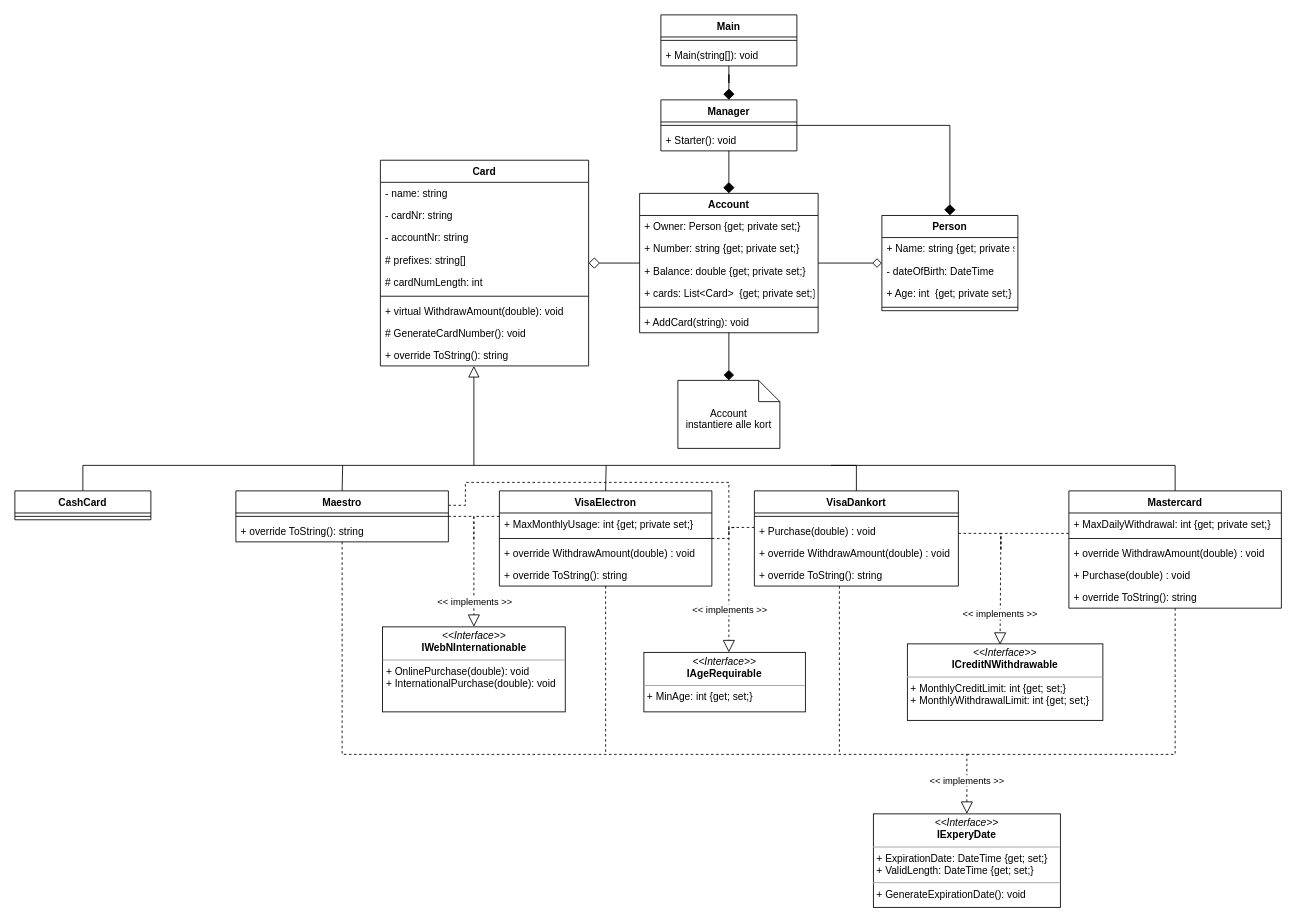
Before: ConsoleApp_MyBanker/documentation/MyBankerDiagram.drawio in Kevin-Borup/SOLID, a draw.io diagram. Source tidied: cells renumbered, new cells numbered last; positions are measured from the earlier drawing's top-left corner, leaving out a move shared by most shapes. Both pictures are drawn from the tidied source at 85%, with x=0, y=0 at pixel (14, 14).
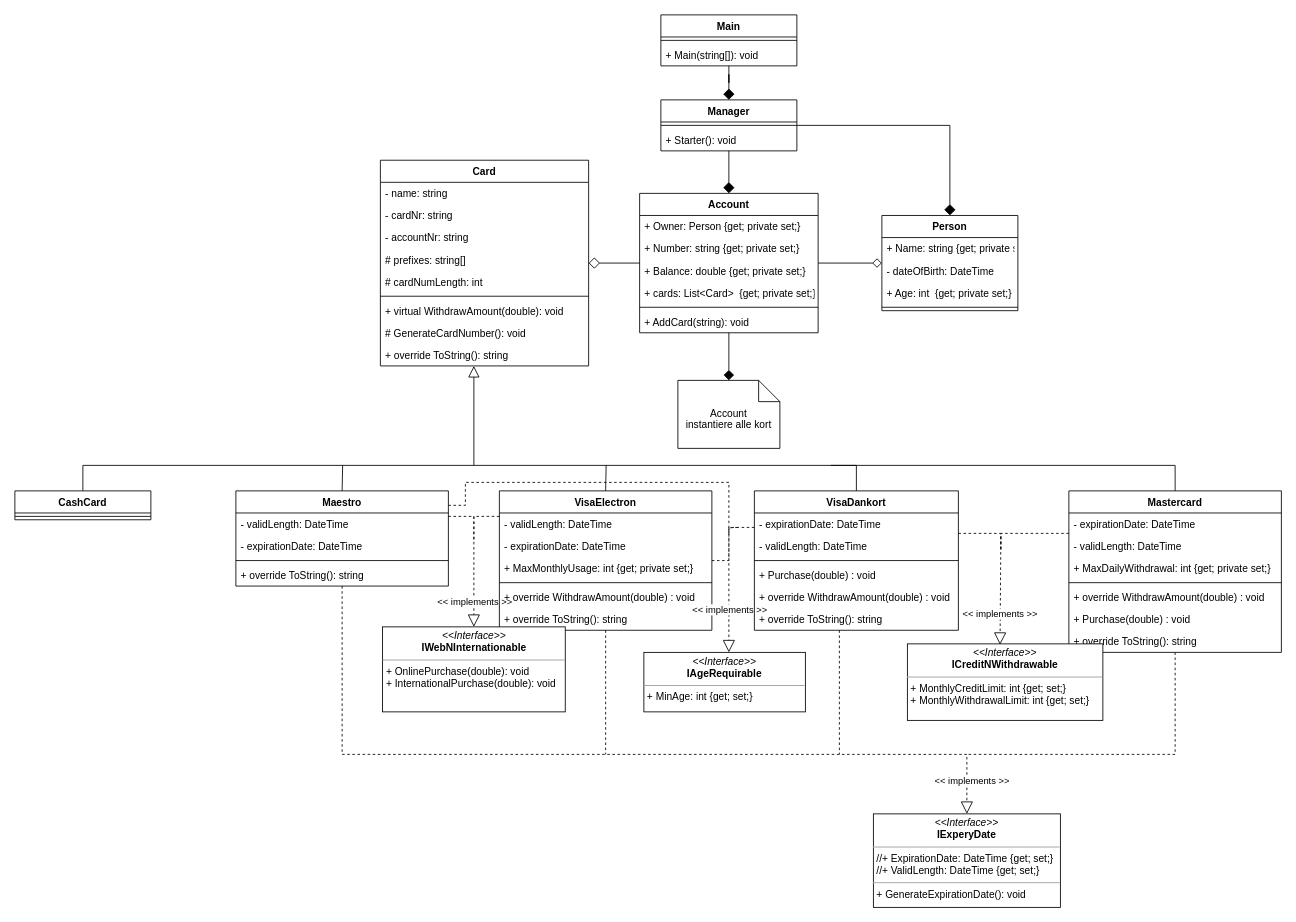
Above is the later version.

What changed in the source:
```diff
@@
     <mxCell id="10" value="Maestro" style="swimlane;fontStyle=1;align=center;verticalAlign=top;horizontal=1;startSize=26;" parent="1" vertex="1">
-      <mxGeometry x="260" y="560" width="250" height="60" as="geometry" />
+      <mxGeometry x="260" y="560" width="250" height="112" as="geometry" />
     </mxCell>
+    <mxCell id="82" value="- validLength: DateTime" style="text;strokeColor=none;fillColor=none;align=left;verticalAlign=top;spacingLeft=4;spacingRight=4;overflow=hidden;" parent="10" vertex="1">
+      <mxGeometry y="26" width="250" height="26" as="geometry" />
+    </mxCell>
+    <mxCell id="83" value="- expirationDate: DateTime" style="text;strokeColor=none;fillColor=none;align=left;verticalAlign=top;spacingLeft=4;spacingRight=4;overflow=hidden;" parent="10" vertex="1">
+      <mxGeometry y="52" width="250" height="26" as="geometry" />
+    </mxCell>
     <mxCell id="11" style="line;strokeWidth=1;fillColor=none;align=left;verticalAlign=middle;spacingTop=-1;spacingLeft=3;spacingRight=3;labelPosition=right;" parent="10" vertex="1">
-      <mxGeometry y="26" width="250" height="8" as="geometry" />
+      <mxGeometry y="78" width="250" height="8" as="geometry" />
     </mxCell>
     <mxCell id="12" value="+ override ToString(): string" style="text;strokeColor=none;fillColor=none;align=left;verticalAlign=top;spacingLeft=4;spacingRight=4;overflow=hidden;" parent="10" vertex="1">
-      <mxGeometry y="34" width="250" height="26" as="geometry" />
+      <mxGeometry y="86" width="250" height="26" as="geometry" />
     </mxCell>
@@
     <mxCell id="18" value="VisaElectron" style="swimlane;fontStyle=1;align=center;verticalAlign=top;horizontal=1;startSize=26;" parent="1" vertex="1">
-      <mxGeometry x="570" y="560" width="250" height="112" as="geometry" />
+      <mxGeometry x="570" y="560" width="250" height="164" as="geometry" />
     </mxCell>
+    <mxCell id="84" value="- validLength: DateTime" style="text;strokeColor=none;fillColor=none;align=left;verticalAlign=top;spacingLeft=4;spacingRight=4;overflow=hidden;" parent="18" vertex="1">
+      <mxGeometry y="26" width="250" height="26" as="geometry" />
+    </mxCell>
+    <mxCell id="85" value="- expirationDate: DateTime" style="text;strokeColor=none;fillColor=none;align=left;verticalAlign=top;spacingLeft=4;spacingRight=4;overflow=hidden;" parent="18" vertex="1">
+      <mxGeometry y="52" width="250" height="26" as="geometry" />
+    </mxCell>
     <mxCell id="19" value="+ MaxMonthlyUsage: int {get; private set;}" style="text;strokeColor=none;fillColor=none;align=left;verticalAlign=top;spacingLeft=4;spacingRight=4;overflow=hidden;" parent="18" vertex="1">
-      <mxGeometry y="26" width="250" height="26" as="geometry" />
+      <mxGeometry y="78" width="250" height="26" as="geometry" />
     </mxCell>
     <mxCell id="20" style="line;strokeWidth=1;fillColor=none;align=left;verticalAlign=middle;spacingTop=-1;spacingLeft=3;spacingRight=3;labelPosition=right;" parent="18" vertex="1">
-      <mxGeometry y="52" width="250" height="8" as="geometry" />
+      <mxGeometry y="104" width="250" height="8" as="geometry" />
     </mxCell>
     <mxCell id="21" value="+ override WithdrawAmount(double) : void" style="text;strokeColor=none;fillColor=none;align=left;verticalAlign=top;spacingLeft=4;spacingRight=4;overflow=hidden;" parent="18" vertex="1">
-      <mxGeometry y="60" width="250" height="26" as="geometry" />
+      <mxGeometry y="112" width="250" height="26" as="geometry" />
     </mxCell>
     <mxCell id="22" value="+ override ToString(): string" style="text;strokeColor=none;fillColor=none;align=left;verticalAlign=top;spacingLeft=4;spacingRight=4;overflow=hidden;" parent="18" vertex="1">
-      <mxGeometry y="86" width="250" height="26" as="geometry" />
+      <mxGeometry y="138" width="250" height="26" as="geometry" />
     </mxCell>
@@
     <mxCell id="28" value="VisaDankort" style="swimlane;fontStyle=1;align=center;verticalAlign=top;horizontal=1;startSize=26;" parent="1" vertex="1">
-      <mxGeometry x="870" y="560" width="240" height="112" as="geometry" />
+      <mxGeometry x="870" y="560" width="240" height="164" as="geometry" />
     </mxCell>
+    <mxCell id="86" value="- expirationDate: DateTime" style="text;strokeColor=none;fillColor=none;align=left;verticalAlign=top;spacingLeft=4;spacingRight=4;overflow=hidden;" parent="28" vertex="1">
+      <mxGeometry y="26" width="240" height="26" as="geometry" />
+    </mxCell>
+    <mxCell id="87" value="- validLength: DateTime" style="text;strokeColor=none;fillColor=none;align=left;verticalAlign=top;spacingLeft=4;spacingRight=4;overflow=hidden;" parent="28" vertex="1">
+      <mxGeometry y="52" width="240" height="26" as="geometry" />
+    </mxCell>
     <mxCell id="29" style="line;strokeWidth=1;fillColor=none;align=left;verticalAlign=middle;spacingTop=-1;spacingLeft=3;spacingRight=3;labelPosition=right;" parent="28" vertex="1">
-      <mxGeometry y="26" width="240" height="8" as="geometry" />
+      <mxGeometry y="78" width="240" height="8" as="geometry" />
     </mxCell>
     <mxCell id="30" value="+ Purchase(double) : void" style="text;strokeColor=none;fillColor=none;align=left;verticalAlign=top;spacingLeft=4;spacingRight=4;overflow=hidden;" parent="28" vertex="1">
-      <mxGeometry y="34" width="240" height="26" as="geometry" />
+      <mxGeometry y="86" width="240" height="26" as="geometry" />
     </mxCell>
     <mxCell id="31" value="+ override WithdrawAmount(double) : void" style="text;strokeColor=none;fillColor=none;align=left;verticalAlign=top;spacingLeft=4;spacingRight=4;overflow=hidden;" parent="28" vertex="1">
-      <mxGeometry y="60" width="240" height="26" as="geometry" />
+      <mxGeometry y="112" width="240" height="26" as="geometry" />
     </mxCell>
     <mxCell id="32" value="+ override ToString(): string" style="text;strokeColor=none;fillColor=none;align=left;verticalAlign=top;spacingLeft=4;spacingRight=4;overflow=hidden;" parent="28" vertex="1">
-      <mxGeometry y="86" width="240" height="26" as="geometry" />
+      <mxGeometry y="138" width="240" height="26" as="geometry" />
     </mxCell>
@@
     <mxCell id="37" value="Mastercard" style="swimlane;fontStyle=1;align=center;verticalAlign=top;horizontal=1;startSize=26;" parent="1" vertex="1">
-      <mxGeometry x="1240" y="560" width="250" height="138" as="geometry" />
+      <mxGeometry x="1240" y="560" width="250" height="190" as="geometry" />
     </mxCell>
-    <mxCell id="38" value="+ MaxDailyWithdrawal: int {get; private set;}" style="text;strokeColor=none;fillColor=none;align=left;verticalAlign=top;spacingLeft=4;spacingRight=4;overflow=hidden;" parent="37" vertex="1">
+    <mxCell id="38" value="- expirationDate: DateTime" style="text;strokeColor=none;fillColor=none;align=left;verticalAlign=top;spacingLeft=4;spacingRight=4;overflow=hidden;" parent="37" vertex="1">
       <mxGeometry y="26" width="250" height="26" as="geometry" />
     </mxCell>
+    <mxCell id="88" value="- validLength: DateTime" style="text;strokeColor=none;fillColor=none;align=left;verticalAlign=top;spacingLeft=4;spacingRight=4;overflow=hidden;" parent="37" vertex="1">
+      <mxGeometry y="52" width="250" height="26" as="geometry" />
+    </mxCell>
+    <mxCell id="89" value="+ MaxDailyWithdrawal: int {get; private set;}" style="text;strokeColor=none;fillColor=none;align=left;verticalAlign=top;spacingLeft=4;spacingRight=4;overflow=hidden;" parent="37" vertex="1">
+      <mxGeometry y="78" width="250" height="26" as="geometry" />
+    </mxCell>
     <mxCell id="39" style="line;strokeWidth=1;fillColor=none;align=left;verticalAlign=middle;spacingTop=-1;spacingLeft=3;spacingRight=3;labelPosition=right;" parent="37" vertex="1">
-      <mxGeometry y="52" width="250" height="8" as="geometry" />
+      <mxGeometry y="104" width="250" height="8" as="geometry" />
     </mxCell>
     <mxCell id="40" value="+ override WithdrawAmount(double) : void" style="text;strokeColor=none;fillColor=none;align=left;verticalAlign=top;spacingLeft=4;spacingRight=4;overflow=hidden;" parent="37" vertex="1">
-      <mxGeometry y="60" width="250" height="26" as="geometry" />
+      <mxGeometry y="112" width="250" height="26" as="geometry" />
     </mxCell>
     <mxCell id="41" value="+ Purchase(double) : void" style="text;strokeColor=none;fillColor=none;align=left;verticalAlign=top;spacingLeft=4;spacingRight=4;overflow=hidden;" parent="37" vertex="1">
-      <mxGeometry y="86" width="250" height="26" as="geometry" />
+      <mxGeometry y="138" width="250" height="26" as="geometry" />
     </mxCell>
     <mxCell id="42" value="+ override ToString(): string" style="text;strokeColor=none;fillColor=none;align=left;verticalAlign=top;spacingLeft=4;spacingRight=4;overflow=hidden;" parent="37" vertex="1">
-      <mxGeometry y="112" width="250" height="26" as="geometry" />
+      <mxGeometry y="164" width="250" height="26" as="geometry" />
     </mxCell>
@@
-    <mxCell id="71" value="&lt;p style=&quot;margin: 0px ; margin-top: 4px ; text-align: center&quot;&gt;&lt;i&gt;&amp;lt;&amp;lt;Interface&amp;gt;&amp;gt;&lt;/i&gt;&lt;br&gt;&lt;b&gt;IExperyDate&lt;/b&gt;&lt;/p&gt;&lt;hr size=&quot;1&quot;&gt;&lt;p style=&quot;margin: 0px ; margin-left: 4px&quot;&gt;+ ExpirationDate: DateTime {get; set;}&lt;/p&gt;&lt;p style=&quot;margin: 0px ; margin-left: 4px&quot;&gt;+ ValidLength: DateTime {get; set;}&lt;/p&gt;&lt;hr size=&quot;1&quot;&gt;&lt;p style=&quot;margin: 0px ; margin-left: 4px&quot;&gt;+ GenerateExpirationDate(): void&lt;/p&gt;" style="verticalAlign=top;align=left;overflow=fill;fontSize=12;fontFamily=Helvetica;html=1;" parent="1" vertex="1">
+    <mxCell id="71" value="&lt;p style=&quot;margin: 0px ; margin-top: 4px ; text-align: center&quot;&gt;&lt;i&gt;&amp;lt;&amp;lt;Interface&amp;gt;&amp;gt;&lt;/i&gt;&lt;br&gt;&lt;b&gt;IExperyDate&lt;/b&gt;&lt;/p&gt;&lt;hr size=&quot;1&quot;&gt;&lt;p style=&quot;margin: 0px ; margin-left: 4px&quot;&gt;//+ ExpirationDate: DateTime {get; set;}&lt;/p&gt;&lt;p style=&quot;margin: 0px ; margin-left: 4px&quot;&gt;//+ ValidLength: DateTime {get; set;}&lt;/p&gt;&lt;hr size=&quot;1&quot;&gt;&lt;p style=&quot;margin: 0px ; margin-left: 4px&quot;&gt;+ GenerateExpirationDate(): void&lt;/p&gt;" style="verticalAlign=top;align=left;overflow=fill;fontSize=12;fontFamily=Helvetica;html=1;" parent="1" vertex="1">
       <mxGeometry x="1010" y="940" width="220" height="110" as="geometry" />
     </mxCell>
```
